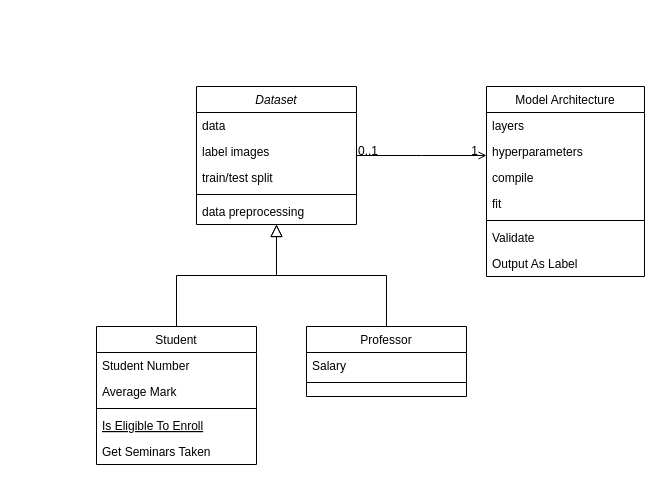
The draw.io diagram Class_diagram.drawio in Archi1809/Capstone-project, before the edit. Source tidied: cells renumbered, new cells numbered last; positions are measured from the earlier drawing's top-left corner, leaving out a move shared by most shapes. Both pictures are drawn from the tidied source at 100%, with x=0, y=0 at pixel (96, 86).
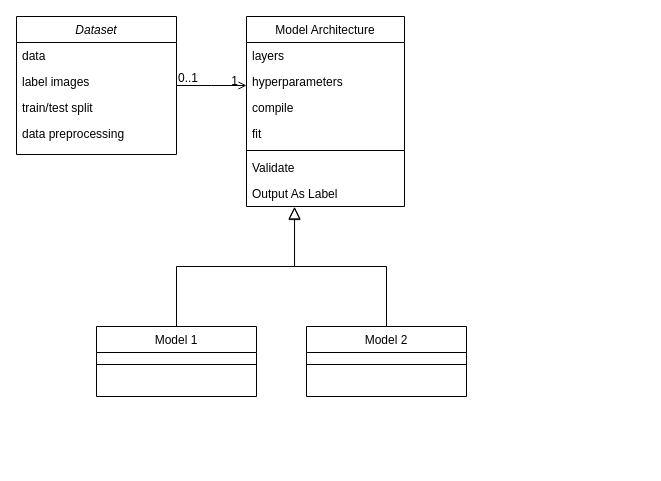
Above is the later version.

The change refers to these unchanged cells:
```xml
<mxCell id="26" value="Output As Label" style="text;align=left;verticalAlign=top;spacingLeft=4;spacingRight=4;overflow=hidden;points=[[0,0.5],[1,0.5]];portConstraint=eastwest;" parent="19" vertex="1">
  <mxGeometry y="164" width="158" height="26" as="geometry" />
</mxCell>
<mxCell id="27" style="endArrow=open;shadow=0;strokeWidth=1;rounded=0;endFill=1;edgeStyle=elbowEdgeStyle;elbow=vertical;" parent="1" edge="1" source="2" target="19">
  <mxGeometry x="0.5" y="41" relative="1" as="geometry">
    <mxPoint x="-40" y="32" as="offset" />
  </mxGeometry>
</mxCell>
```

What changed in the source:
```diff
@@
     <mxCell id="2" value="Dataset" style="swimlane;fontStyle=2;align=center;verticalAlign=top;horizontal=1;startSize=26;rounded=0;shadow=0;strokeWidth=1;" parent="1" vertex="1">
-      <mxGeometry x="100" width="160" height="138" as="geometry" />
+      <mxGeometry x="-80" y="-70" width="160" height="138" as="geometry" />
     </mxCell>
@@
-    <mxCell id="6" style="line;html=1;strokeWidth=1;align=left;verticalAlign=middle;spacingTop=-1;spacingLeft=3;spacingRight=3;labelPosition=right;" parent="2" vertex="1">
-      <mxGeometry y="104" width="160" height="8" as="geometry" />
-    </mxCell>
     <mxCell id="7" value="data preprocessing" style="text;align=left;verticalAlign=top;spacingLeft=4;spacingRight=4;overflow=hidden;" parent="2" vertex="1">
-      <mxGeometry y="112" width="160" height="26" as="geometry" />
+      <mxGeometry y="104" width="160" height="26" as="geometry" />
     </mxCell>
-    <mxCell id="8" value="Student" style="swimlane;fontStyle=0;align=center;verticalAlign=top;horizontal=1;startSize=26;rounded=0;shadow=0;strokeWidth=1;" parent="1" vertex="1">
-      <mxGeometry y="240" width="160" height="138" as="geometry" />
+    <mxCell id="8" value="Model 1" style="swimlane;fontStyle=0;align=center;verticalAlign=top;horizontal=1;startSize=26;rounded=0;shadow=0;strokeWidth=1;" parent="1" vertex="1">
+      <mxGeometry y="240" width="160" height="70" as="geometry" />
     </mxCell>
-    <mxCell id="9" value="Student Number" style="text;align=left;verticalAlign=top;spacingLeft=4;spacingRight=4;overflow=hidden;" parent="8" vertex="1">
-      <mxGeometry y="26" width="160" height="26" as="geometry" />
-    </mxCell>
-    <mxCell id="10" value="Average Mark" style="text;align=left;verticalAlign=top;spacingLeft=4;spacingRight=4;overflow=hidden;rounded=0;shadow=0;html=0;" parent="8" vertex="1">
-      <mxGeometry y="52" width="160" height="26" as="geometry" />
-    </mxCell>
     <mxCell id="11" style="line;html=1;strokeWidth=1;align=left;verticalAlign=middle;spacingTop=-1;spacingLeft=3;spacingRight=3;labelPosition=right;" parent="8" vertex="1">
-      <mxGeometry y="78" width="160" height="8" as="geometry" />
+      <mxGeometry y="26" width="160" height="24" as="geometry" />
     </mxCell>
-    <mxCell id="12" value="Is Eligible To Enroll" style="text;align=left;verticalAlign=top;spacingLeft=4;spacingRight=4;overflow=hidden;fontStyle=4;" parent="8" vertex="1">
-      <mxGeometry y="86" width="160" height="26" as="geometry" />
-    </mxCell>
-    <mxCell id="13" value="Get Seminars Taken" style="text;align=left;verticalAlign=top;spacingLeft=4;spacingRight=4;overflow=hidden;" parent="8" vertex="1">
-      <mxGeometry y="112" width="160" height="26" as="geometry" />
-    </mxCell>
-    <mxCell id="14" style="endArrow=block;endSize=10;endFill=0;shadow=0;strokeWidth=1;rounded=0;edgeStyle=elbowEdgeStyle;elbow=vertical;" parent="1" edge="1" source="8" target="2">
+    <mxCell id="14" style="endArrow=block;endSize=10;endFill=0;shadow=0;strokeWidth=1;rounded=0;edgeStyle=elbowEdgeStyle;elbow=vertical;entryX=0.304;entryY=1.008;entryDx=0;entryDy=0;entryPerimeter=0;" parent="1" edge="1" source="8" target="26">
       <mxGeometry relative="1" as="geometry" />
     </mxCell>
-    <mxCell id="15" value="Professor" style="swimlane;fontStyle=0;align=center;verticalAlign=top;horizontal=1;startSize=26;rounded=0;shadow=0;strokeWidth=1;" parent="1" vertex="1">
+    <mxCell id="15" value="Model 2" style="swimlane;fontStyle=0;align=center;verticalAlign=top;horizontal=1;startSize=26;rounded=0;shadow=0;strokeWidth=1;" parent="1" vertex="1">
       <mxGeometry x="210" y="240" width="160" height="70" as="geometry" />
     </mxCell>
-    <mxCell id="16" value="Salary" style="text;align=left;verticalAlign=top;spacingLeft=4;spacingRight=4;overflow=hidden;" parent="15" vertex="1">
-      <mxGeometry y="26" width="160" height="26" as="geometry" />
-    </mxCell>
     <mxCell id="17" style="line;html=1;strokeWidth=1;align=left;verticalAlign=middle;spacingTop=-1;spacingLeft=3;spacingRight=3;labelPosition=right;" parent="15" vertex="1">
-      <mxGeometry y="52" width="160" height="8" as="geometry" />
+      <mxGeometry y="26" width="160" height="24" as="geometry" />
     </mxCell>
-    <mxCell id="18" style="endArrow=block;endSize=10;endFill=0;shadow=0;strokeWidth=1;rounded=0;edgeStyle=elbowEdgeStyle;elbow=vertical;" parent="1" edge="1" source="15" target="2">
+    <mxCell id="18" style="endArrow=block;endSize=10;endFill=0;shadow=0;strokeWidth=1;rounded=0;edgeStyle=elbowEdgeStyle;elbow=vertical;entryX=0.304;entryY=1.038;entryDx=0;entryDy=0;entryPerimeter=0;" parent="1" edge="1" source="15" target="26">
       <mxGeometry relative="1" as="geometry" />
     </mxCell>
     <mxCell id="19" value="Model Architecture" style="swimlane;fontStyle=0;align=center;verticalAlign=top;horizontal=1;startSize=26;rounded=0;shadow=0;strokeWidth=1;" parent="1" vertex="1">
-      <mxGeometry x="390" width="158" height="190" as="geometry" />
+      <mxGeometry x="150" y="-70" width="158" height="190" as="geometry" />
     </mxCell>
@@
     <mxCell id="28" value="0..1" style="align=left;verticalAlign=bottom;labelBackgroundColor=none;fontSize=12;" parent="27" vertex="1">
       <mxGeometry x="-1" relative="1" as="geometry">
-        <mxPoint y="4" as="offset" />
+        <mxPoint y="1" as="offset" />
       </mxGeometry>
     </mxCell>
```
